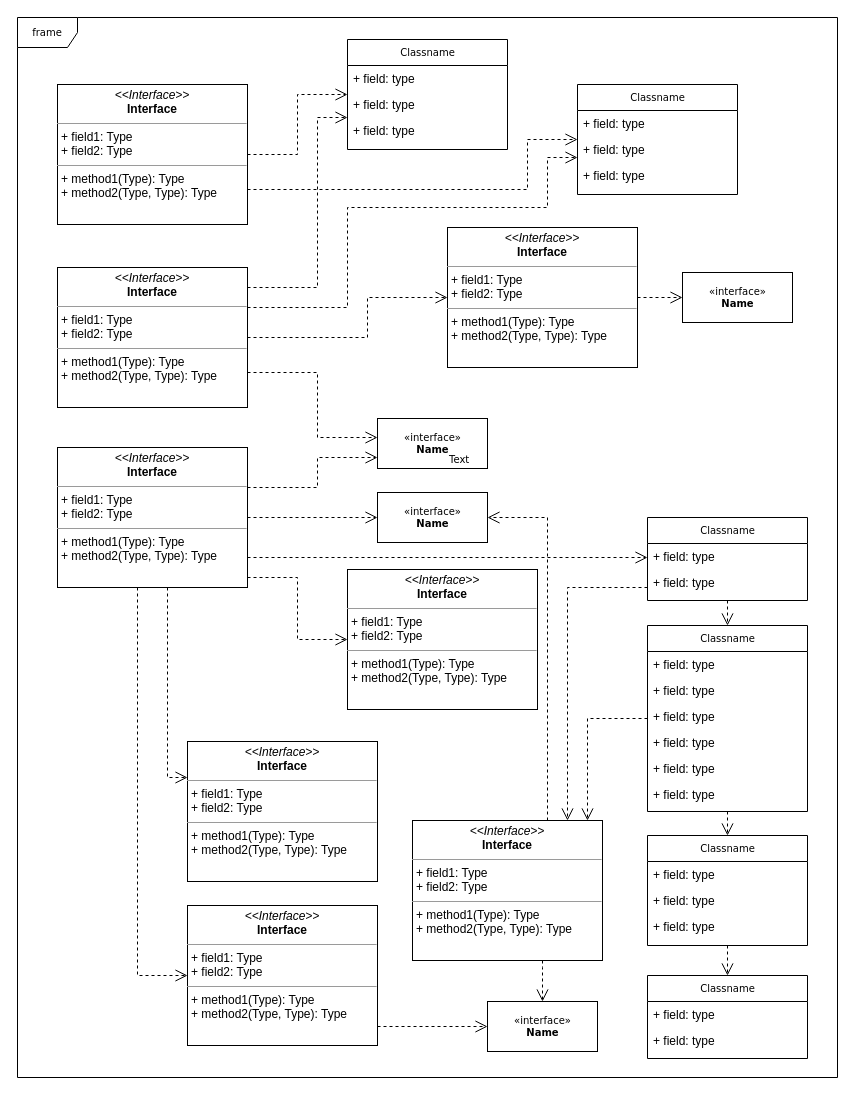
Earlier version of the draw.io diagram Diagramme sans nom.drawio (shaolin-peanut/learn-web-dev). Source tidied: cells renumbered, new cells numbered last; positions are measured from the earlier drawing's top-left corner, leaving out a move shared by most shapes. Both pictures are drawn from the tidied source at 100%, with x=0, y=0 at pixel (17, 17).
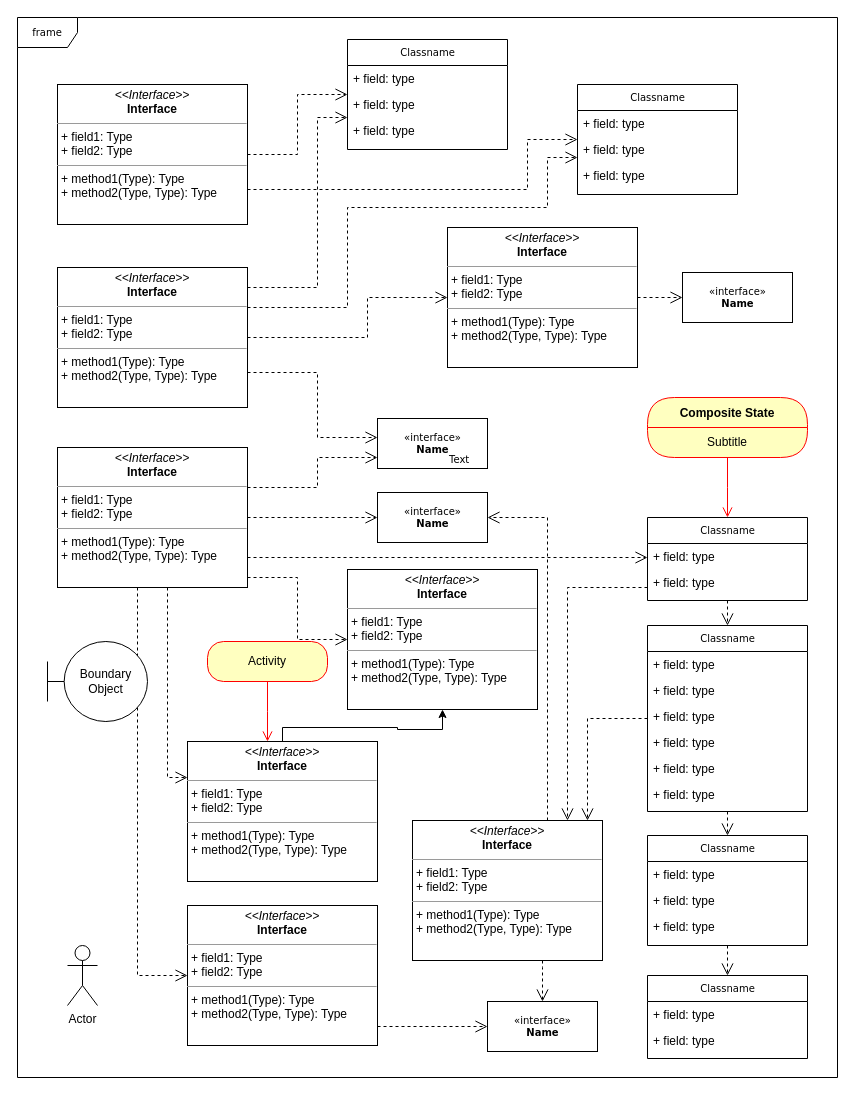
Above is the later version.

Commit message:
Mettre à jour Diagramme sans nom.drawio

The change refers to these unchanged cells:
```xml
<mxCell id="36" value="&lt;p style=&quot;margin:0px;margin-top:4px;text-align:center;&quot;&gt;&lt;i&gt;&amp;lt;&amp;lt;Interface&amp;gt;&amp;gt;&lt;/i&gt;&lt;br/&gt;&lt;b&gt;Interface&lt;/b&gt;&lt;/p&gt;&lt;hr size=&quot;1&quot;/&gt;&lt;p style=&quot;margin:0px;margin-left:4px;&quot;&gt;+ field1: Type&lt;br/&gt;+ field2: Type&lt;/p&gt;&lt;hr size=&quot;1&quot;/&gt;&lt;p style=&quot;margin:0px;margin-left:4px;&quot;&gt;+ method1(Type): Type&lt;br/&gt;+ method2(Type, Type): Type&lt;/p&gt;" style="verticalAlign=top;align=left;overflow=fill;fontSize=12;fontFamily=Helvetica;html=1;rounded=0;shadow=0;comic=0;labelBackgroundColor=none;strokeWidth=1;" parent="1" vertex="1">
  <mxGeometry x="330" y="552" width="190" height="140" as="geometry" />
</mxCell>
<mxCell id="39" value="&lt;p style=&quot;margin:0px;margin-top:4px;text-align:center;&quot;&gt;&lt;i&gt;&amp;lt;&amp;lt;Interface&amp;gt;&amp;gt;&lt;/i&gt;&lt;br/&gt;&lt;b&gt;Interface&lt;/b&gt;&lt;/p&gt;&lt;hr size=&quot;1&quot;/&gt;&lt;p style=&quot;margin:0px;margin-left:4px;&quot;&gt;+ field1: Type&lt;br/&gt;+ field2: Type&lt;/p&gt;&lt;hr size=&quot;1&quot;/&gt;&lt;p style=&quot;margin:0px;margin-left:4px;&quot;&gt;+ method1(Type): Type&lt;br/&gt;+ method2(Type, Type): Type&lt;/p&gt;" style="verticalAlign=top;align=left;overflow=fill;fontSize=12;fontFamily=Helvetica;html=1;rounded=0;shadow=0;comic=0;labelBackgroundColor=none;strokeWidth=1;" parent="1" vertex="1">
  <mxGeometry x="170" y="724" width="190" height="140" as="geometry" />
</mxCell>
```

Change to the diagram source:
```diff
@@
+    <mxCell id="62" style="edgeStyle=orthogonalEdgeStyle;rounded=0;jettySize=auto;html=1;entryX=0.5;entryY=1;entryDx=0;entryDy=0;" parent="1" edge="1" source="39" target="36">
+      <mxGeometry relative="1" as="geometry">
+        <Array as="points">
+          <mxPoint x="265" y="710" />
+          <mxPoint x="380" y="710" />
+          <mxPoint x="380" y="712" />
+          <mxPoint x="425" y="712" />
+        </Array>
+      </mxGeometry>
+    </mxCell>
@@
+    <mxCell id="63" value="Composite State" style="swimlane;fontStyle=1;align=center;verticalAlign=middle;horizontal=1;startSize=30;fontColor=#000000;rounded=1;arcSize=30;strokeColor=#ff0000;fillColor=#ffffc0;swimlaneFillColor=#ffffc0;" parent="1" vertex="1">
+      <mxGeometry x="630" y="380" width="160" height="60" as="geometry" />
+    </mxCell>
+    <mxCell id="64" value="Subtitle" style="text;html=1;strokeColor=none;fillColor=none;align=center;verticalAlign=middle;spacingLeft=4;spacingRight=4;whiteSpace=wrap;overflow=hidden;fontColor=#000000;" parent="63" vertex="1">
+      <mxGeometry y="30" width="160" height="30" as="geometry" />
+    </mxCell>
+    <mxCell id="65" style="edgeStyle=orthogonalEdgeStyle;html=1;verticalAlign=bottom;endArrow=open;endSize=8;strokeColor=#ff0000;rounded=0;" parent="1" edge="1" source="63">
+      <mxGeometry relative="1" as="geometry">
+        <mxPoint x="710" y="500" as="targetPoint" />
+      </mxGeometry>
+    </mxCell>
+    <mxCell id="66" value="Activity" style="rounded=1;whiteSpace=wrap;html=1;arcSize=40;fontColor=#000000;fillColor=#ffffc0;strokeColor=#ff0000;" parent="1" vertex="1">
+      <mxGeometry x="190" y="624" width="120" height="40" as="geometry" />
+    </mxCell>
+    <mxCell id="67" style="edgeStyle=orthogonalEdgeStyle;html=1;verticalAlign=bottom;endArrow=open;endSize=8;strokeColor=#ff0000;rounded=0;" parent="1" edge="1" source="66">
+      <mxGeometry relative="1" as="geometry">
+        <mxPoint x="250" y="724" as="targetPoint" />
+      </mxGeometry>
+    </mxCell>
+    <mxCell id="68" value="Actor" style="shape=umlActor;verticalLabelPosition=bottom;verticalAlign=top;html=1;" parent="1" vertex="1">
+      <mxGeometry x="50" y="928" width="30" height="60" as="geometry" />
+    </mxCell>
+    <mxCell id="69" value="Boundary Object" style="shape=umlBoundary;whiteSpace=wrap;html=1;" parent="1" vertex="1">
+      <mxGeometry x="30" y="624" width="100" height="80" as="geometry" />
+    </mxCell>
```
